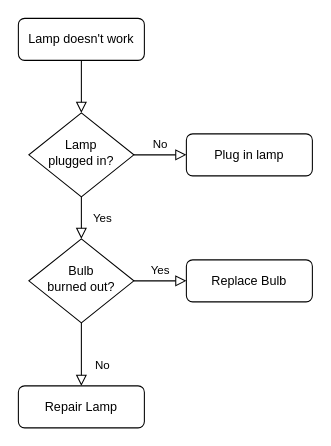
Before: Diagrama sin título.drawio in AndresZurita09/Flores_Amarillas, a draw.io diagram. Source tidied: cells renumbered, new cells numbered last; positions are measured from the earlier drawing's top-left corner, leaving out a move shared by most shapes. Both pictures are drawn from the tidied source at 105%, with x=0, y=0 at pixel (18, 18).
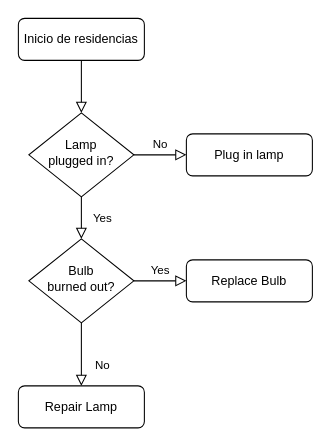
The same page after the edit.

Diff of the diagram source:
```diff
@@
 <mxGraphModel>
   <root>
     <mxCell id="0" />
     <mxCell id="1" parent="0" />
     <mxCell id="2" style="rounded=0;html=1;jettySize=auto;fontSize=11;endArrow=block;endFill=0;endSize=8;strokeWidth=1;shadow=0;labelBackgroundColor=none;edgeStyle=orthogonalEdgeStyle;" parent="1" edge="1" source="3" target="6">
       <mxGeometry relative="1" as="geometry" />
     </mxCell>
-    <mxCell id="3" value="Lamp doesn't work" style="rounded=1;whiteSpace=wrap;html=1;fontSize=12;glass=0;strokeWidth=1;shadow=0;" parent="1" vertex="1">
+    <mxCell id="3" value="Inicio de residencias" style="rounded=1;whiteSpace=wrap;html=1;fontSize=12;glass=0;strokeWidth=1;shadow=0;" parent="1" vertex="1">
       <mxGeometry width="120" height="40" as="geometry" />
     </mxCell>
     <mxCell id="4" value="Yes" style="rounded=0;html=1;jettySize=auto;fontSize=11;endArrow=block;endFill=0;endSize=8;strokeWidth=1;shadow=0;labelBackgroundColor=none;edgeStyle=orthogonalEdgeStyle;" parent="1" edge="1" source="6" target="10">
       <mxGeometry y="20" relative="1" as="geometry" />
     </mxCell>
     <mxCell id="5" value="No" style="edgeStyle=orthogonalEdgeStyle;rounded=0;html=1;jettySize=auto;fontSize=11;endArrow=block;endFill=0;endSize=8;strokeWidth=1;shadow=0;labelBackgroundColor=none;" parent="1" edge="1" source="6" target="7">
       <mxGeometry y="10" relative="1" as="geometry" />
     </mxCell>
     <mxCell id="6" value="Lamp&lt;br&gt;plugged in?" style="rhombus;whiteSpace=wrap;html=1;shadow=0;fontFamily=Helvetica;fontSize=12;align=center;strokeWidth=1;spacing=6;spacingTop=-4;" parent="1" vertex="1">
       <mxGeometry x="10" y="90" width="100" height="80" as="geometry" />
     </mxCell>
     <mxCell id="7" value="Plug in lamp" style="rounded=1;whiteSpace=wrap;html=1;fontSize=12;glass=0;strokeWidth=1;shadow=0;" parent="1" vertex="1">
       <mxGeometry x="160" y="110" width="120" height="40" as="geometry" />
     </mxCell>
     <mxCell id="8" value="No" style="rounded=0;html=1;jettySize=auto;fontSize=11;endArrow=block;endFill=0;endSize=8;strokeWidth=1;shadow=0;labelBackgroundColor=none;edgeStyle=orthogonalEdgeStyle;" parent="1" edge="1" source="10" target="11">
       <mxGeometry x="0.33" y="20" relative="1" as="geometry" />
     </mxCell>
     <mxCell id="9" value="Yes" style="edgeStyle=orthogonalEdgeStyle;rounded=0;html=1;jettySize=auto;fontSize=11;endArrow=block;endFill=0;endSize=8;strokeWidth=1;shadow=0;labelBackgroundColor=none;" parent="1" edge="1" source="10" target="12">
       <mxGeometry y="10" relative="1" as="geometry" />
     </mxCell>
     <mxCell id="10" value="Bulb&lt;br&gt;burned out?" style="rhombus;whiteSpace=wrap;html=1;shadow=0;fontFamily=Helvetica;fontSize=12;align=center;strokeWidth=1;spacing=6;spacingTop=-4;" parent="1" vertex="1">
       <mxGeometry x="10" y="210" width="100" height="80" as="geometry" />
     </mxCell>
     <mxCell id="11" value="Repair Lamp" style="rounded=1;whiteSpace=wrap;html=1;fontSize=12;glass=0;strokeWidth=1;shadow=0;" parent="1" vertex="1">
       <mxGeometry y="350" width="120" height="40" as="geometry" />
     </mxCell>
     <mxCell id="12" value="Replace Bulb" style="rounded=1;whiteSpace=wrap;html=1;fontSize=12;glass=0;strokeWidth=1;shadow=0;" parent="1" vertex="1">
       <mxGeometry x="160" y="230" width="120" height="40" as="geometry" />
     </mxCell>
   </root>
 </mxGraphModel>
```
